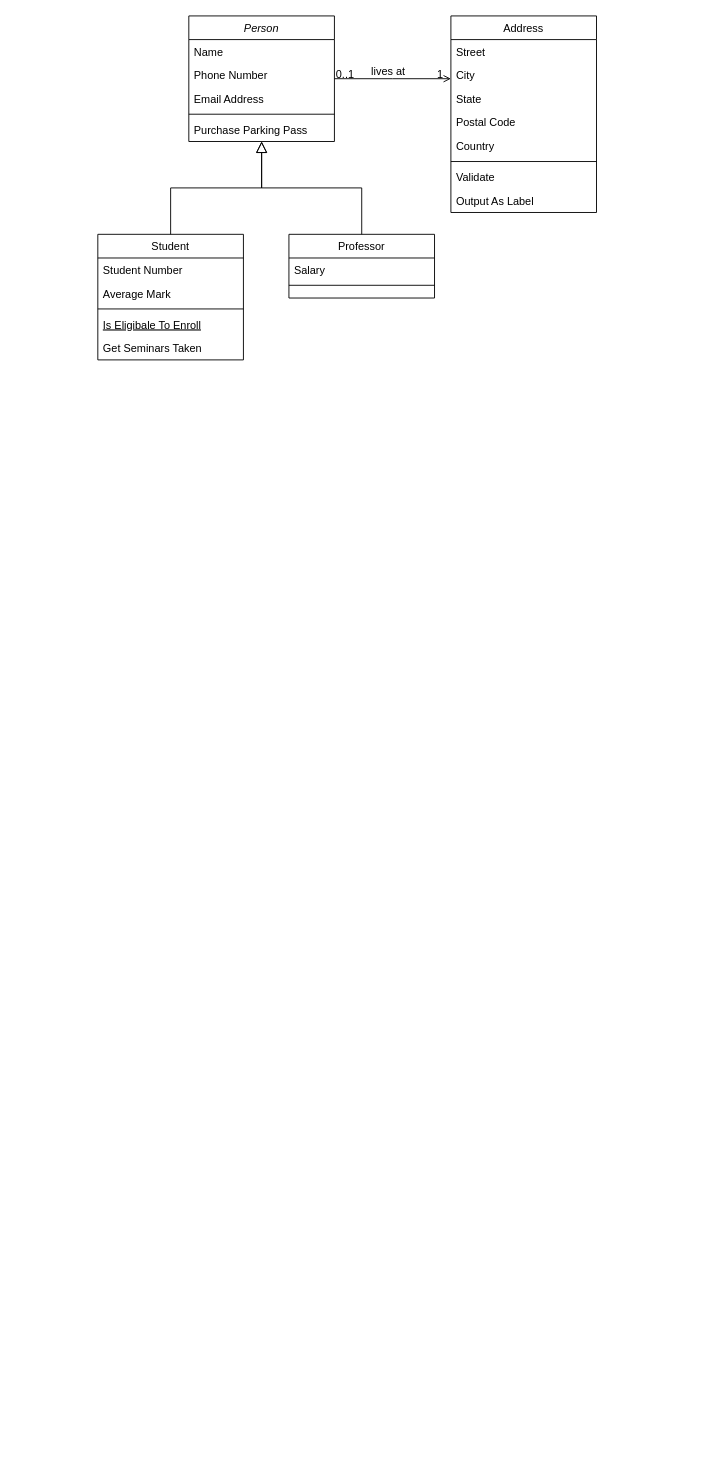
This is Untitled Diagram.drawio from itsPeetah/polimi-ing-sw-2021-Monea-Kercini-Moroni, a draw.io file, before an edit. Source tidied: cells renumbered, new cells numbered last; positions are measured from the earlier drawing's top-left corner, leaving out a move shared by most shapes. Both pictures are drawn from the tidied source at 91%, with x=0, y=0 at pixel (97, 15).
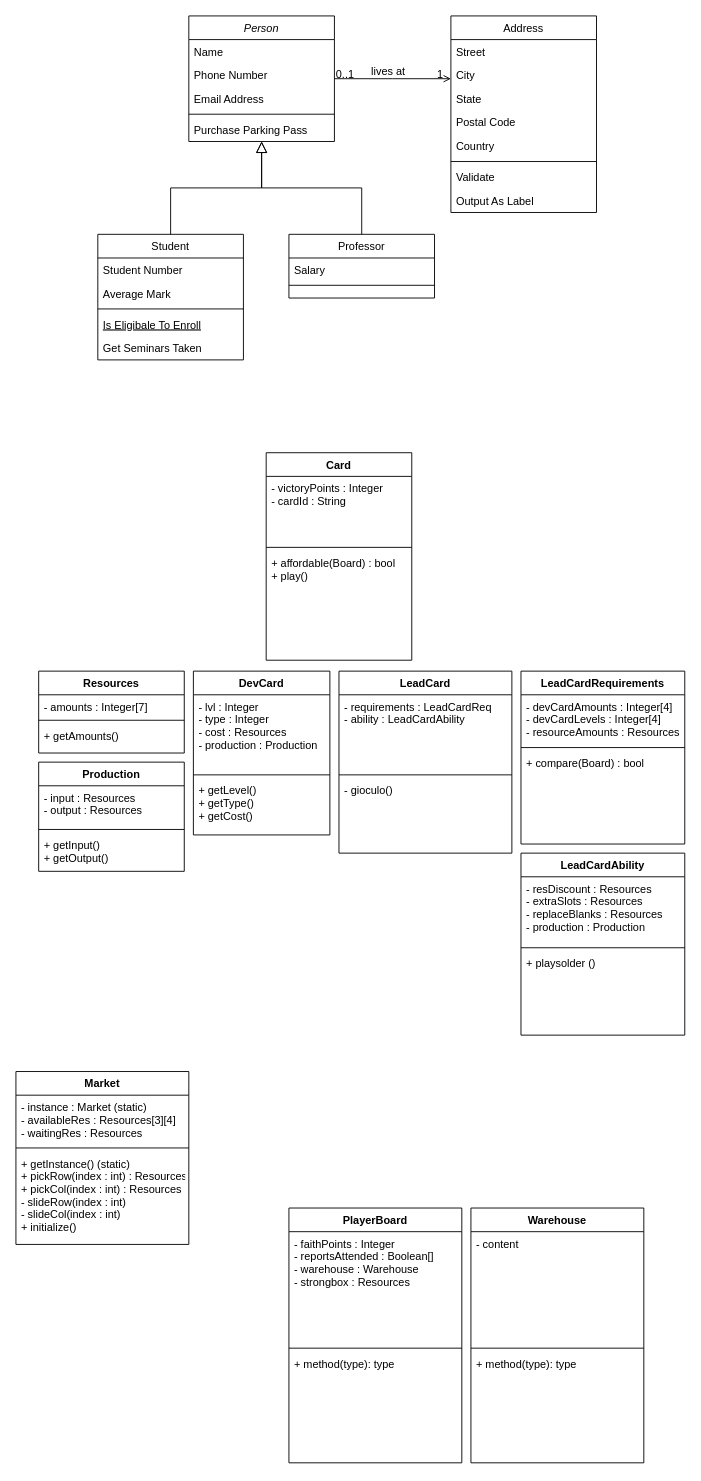
Above is the later version.

The edit, as a diff of the source:
```diff
@@
+    <mxCell id="32" value="Card" style="swimlane;fontStyle=1;align=center;verticalAlign=top;horizontal=1;startSize=26;" parent="1" vertex="1">
+      <mxGeometry x="185" y="480" width="160" height="228" as="geometry" />
+    </mxCell>
+    <mxCell id="33" value="- victoryPoints : Integer&#10;- cardId : String" style="text;strokeColor=none;fillColor=none;align=left;verticalAlign=top;spacingLeft=4;spacingRight=4;overflow=hidden;" parent="32" vertex="1">
+      <mxGeometry y="26" width="160" height="74" as="geometry" />
+    </mxCell>
+    <mxCell id="34" style="line;strokeWidth=1;fillColor=none;align=left;verticalAlign=middle;spacingTop=-1;spacingLeft=3;spacingRight=3;labelPosition=right;" parent="32" vertex="1">
+      <mxGeometry y="100" width="160" height="8" as="geometry" />
+    </mxCell>
+    <mxCell id="35" value="+ affordable(Board) : bool&#10;+ play()" style="text;strokeColor=none;fillColor=none;align=left;verticalAlign=top;spacingLeft=4;spacingRight=4;overflow=hidden;" parent="32" vertex="1">
+      <mxGeometry y="108" width="160" height="120" as="geometry" />
+    </mxCell>
+    <mxCell id="36" value="DevCard" style="swimlane;fontStyle=1;align=center;verticalAlign=top;horizontal=1;startSize=26;" parent="1" vertex="1">
+      <mxGeometry x="105" y="720" width="150" height="180" as="geometry" />
+    </mxCell>
+    <mxCell id="37" value="- lvl : Integer&#10;- type : Integer&#10;- cost : Resources&#10;- production : Production&#10;" style="text;strokeColor=none;fillColor=none;align=left;verticalAlign=top;spacingLeft=4;spacingRight=4;overflow=hidden;" parent="36" vertex="1">
+      <mxGeometry y="26" width="150" height="84" as="geometry" />
+    </mxCell>
+    <mxCell id="38" style="line;strokeWidth=1;fillColor=none;align=left;verticalAlign=middle;spacingTop=-1;spacingLeft=3;spacingRight=3;labelPosition=right;" parent="36" vertex="1">
+      <mxGeometry y="110" width="150" height="8" as="geometry" />
+    </mxCell>
+    <mxCell id="39" value="+ getLevel()&#10;+ getType()&#10;+ getCost()&#10;" style="text;strokeColor=none;fillColor=none;align=left;verticalAlign=top;spacingLeft=4;spacingRight=4;overflow=hidden;" parent="36" vertex="1">
+      <mxGeometry y="118" width="150" height="62" as="geometry" />
+    </mxCell>
+    <mxCell id="40" value="Resources" style="swimlane;fontStyle=1;align=center;verticalAlign=top;horizontal=1;startSize=26;" parent="1" vertex="1">
+      <mxGeometry x="-65" y="720" width="160" height="90" as="geometry" />
+    </mxCell>
+    <mxCell id="41" value="- amounts : Integer[7]" style="text;strokeColor=none;fillColor=none;align=left;verticalAlign=top;spacingLeft=4;spacingRight=4;overflow=hidden;" parent="40" vertex="1">
+      <mxGeometry y="26" width="160" height="24" as="geometry" />
+    </mxCell>
+    <mxCell id="42" style="line;strokeWidth=1;fillColor=none;align=left;verticalAlign=middle;spacingTop=-1;spacingLeft=3;spacingRight=3;labelPosition=right;" parent="40" vertex="1">
+      <mxGeometry y="50" width="160" height="8" as="geometry" />
+    </mxCell>
+    <mxCell id="43" value="+ getAmounts()" style="text;strokeColor=none;fillColor=none;align=left;verticalAlign=top;spacingLeft=4;spacingRight=4;overflow=hidden;" parent="40" vertex="1">
+      <mxGeometry y="58" width="160" height="32" as="geometry" />
+    </mxCell>
+    <mxCell id="44" value="LeadCardRequirements" style="swimlane;fontStyle=1;align=center;verticalAlign=top;horizontal=1;startSize=26;" parent="1" vertex="1">
+      <mxGeometry x="465" y="720" width="180" height="190" as="geometry" />
+    </mxCell>
+    <mxCell id="45" value="- devCardAmounts : Integer[4]&#10;- devCardLevels : Integer[4]&#10;- resourceAmounts : Resources" style="text;strokeColor=none;fillColor=none;align=left;verticalAlign=top;spacingLeft=4;spacingRight=4;overflow=hidden;" parent="44" vertex="1">
+      <mxGeometry y="26" width="180" height="54" as="geometry" />
+    </mxCell>
+    <mxCell id="46" style="line;strokeWidth=1;fillColor=none;align=left;verticalAlign=middle;spacingTop=-1;spacingLeft=3;spacingRight=3;labelPosition=right;" parent="44" vertex="1">
+      <mxGeometry y="80" width="180" height="8" as="geometry" />
+    </mxCell>
+    <mxCell id="47" value="+ compare(Board) : bool" style="text;strokeColor=none;fillColor=none;align=left;verticalAlign=top;spacingLeft=4;spacingRight=4;overflow=hidden;" parent="44" vertex="1">
+      <mxGeometry y="88" width="180" height="102" as="geometry" />
+    </mxCell>
+    <mxCell id="48" value="LeadCard" style="swimlane;fontStyle=1;align=center;verticalAlign=top;horizontal=1;startSize=26;" parent="1" vertex="1">
+      <mxGeometry x="265" y="720" width="190" height="200" as="geometry" />
+    </mxCell>
+    <mxCell id="49" value="- requirements : LeadCardReq&#10;- ability : LeadCardAbility" style="text;strokeColor=none;fillColor=none;align=left;verticalAlign=top;spacingLeft=4;spacingRight=4;overflow=hidden;" parent="48" vertex="1">
+      <mxGeometry y="26" width="190" height="84" as="geometry" />
+    </mxCell>
+    <mxCell id="50" style="line;strokeWidth=1;fillColor=none;align=left;verticalAlign=middle;spacingTop=-1;spacingLeft=3;spacingRight=3;labelPosition=right;" parent="48" vertex="1">
+      <mxGeometry y="110" width="190" height="8" as="geometry" />
+    </mxCell>
+    <mxCell id="51" value="- gioculo()" style="text;strokeColor=none;fillColor=none;align=left;verticalAlign=top;spacingLeft=4;spacingRight=4;overflow=hidden;" parent="48" vertex="1">
+      <mxGeometry y="118" width="190" height="82" as="geometry" />
+    </mxCell>
+    <mxCell id="52" value="LeadCardAbility" style="swimlane;fontStyle=1;align=center;verticalAlign=top;horizontal=1;startSize=26;" parent="1" vertex="1">
+      <mxGeometry x="465" y="920" width="180" height="200" as="geometry" />
+    </mxCell>
+    <mxCell id="53" value="- resDiscount : Resources&#10;- extraSlots : Resources&#10;- replaceBlanks : Resources&#10;- production : Production" style="text;strokeColor=none;fillColor=none;align=left;verticalAlign=top;spacingLeft=4;spacingRight=4;overflow=hidden;" parent="52" vertex="1">
+      <mxGeometry y="26" width="180" height="74" as="geometry" />
+    </mxCell>
+    <mxCell id="54" style="line;strokeWidth=1;fillColor=none;align=left;verticalAlign=middle;spacingTop=-1;spacingLeft=3;spacingRight=3;labelPosition=right;" parent="52" vertex="1">
+      <mxGeometry y="100" width="180" height="8" as="geometry" />
+    </mxCell>
+    <mxCell id="55" value="+ playsolder ()" style="text;strokeColor=none;fillColor=none;align=left;verticalAlign=top;spacingLeft=4;spacingRight=4;overflow=hidden;" parent="52" vertex="1">
+      <mxGeometry y="108" width="180" height="92" as="geometry" />
+    </mxCell>
+    <mxCell id="56" value="Production" style="swimlane;fontStyle=1;align=center;verticalAlign=top;horizontal=1;startSize=26;" parent="1" vertex="1">
+      <mxGeometry x="-65" y="820" width="160" height="120" as="geometry" />
+    </mxCell>
+    <mxCell id="57" value="- input : Resources&#10;- output : Resources" style="text;strokeColor=none;fillColor=none;align=left;verticalAlign=top;spacingLeft=4;spacingRight=4;overflow=hidden;" parent="56" vertex="1">
+      <mxGeometry y="26" width="160" height="44" as="geometry" />
+    </mxCell>
+    <mxCell id="58" style="line;strokeWidth=1;fillColor=none;align=left;verticalAlign=middle;spacingTop=-1;spacingLeft=3;spacingRight=3;labelPosition=right;" parent="56" vertex="1">
+      <mxGeometry y="70" width="160" height="8" as="geometry" />
+    </mxCell>
+    <mxCell id="59" value="+ getInput()&#10;+ getOutput()" style="text;strokeColor=none;fillColor=none;align=left;verticalAlign=top;spacingLeft=4;spacingRight=4;overflow=hidden;" parent="56" vertex="1">
+      <mxGeometry y="78" width="160" height="42" as="geometry" />
+    </mxCell>
+    <mxCell id="60" value="Market" style="swimlane;fontStyle=1;align=center;verticalAlign=top;horizontal=1;startSize=26;" parent="1" vertex="1">
+      <mxGeometry x="-90" y="1160" width="190" height="190" as="geometry" />
+    </mxCell>
+    <mxCell id="61" value="- instance : Market (static)&#10;- availableRes : Resources[3][4]&#10;- waitingRes : Resources" style="text;strokeColor=none;fillColor=none;align=left;verticalAlign=top;spacingLeft=4;spacingRight=4;overflow=hidden;" parent="60" vertex="1">
+      <mxGeometry y="26" width="190" height="54" as="geometry" />
+    </mxCell>
+    <mxCell id="62" style="line;strokeWidth=1;fillColor=none;align=left;verticalAlign=middle;spacingTop=-1;spacingLeft=3;spacingRight=3;labelPosition=right;" parent="60" vertex="1">
+      <mxGeometry y="80" width="190" height="8" as="geometry" />
+    </mxCell>
+    <mxCell id="63" value="+ getInstance() (static)&#10;+ pickRow(index : int) : Resources&#10;+ pickCol(index : int) : Resources&#10;- slideRow(index : int)&#10;- slideCol(index : int)&#10;+ initialize()" style="text;strokeColor=none;fillColor=none;align=left;verticalAlign=top;spacingLeft=4;spacingRight=4;overflow=hidden;" parent="60" vertex="1">
+      <mxGeometry y="88" width="190" height="102" as="geometry" />
+    </mxCell>
+    <mxCell id="64" value="PlayerBoard" style="swimlane;fontStyle=1;align=center;verticalAlign=top;horizontal=1;startSize=26;" parent="1" vertex="1">
+      <mxGeometry x="210" y="1310" width="190" height="280" as="geometry" />
+    </mxCell>
+    <mxCell id="65" value="- faithPoints : Integer&#10;- reportsAttended : Boolean[]&#10;- warehouse : Warehouse&#10;- strongbox : Resources" style="text;strokeColor=none;fillColor=none;align=left;verticalAlign=top;spacingLeft=4;spacingRight=4;overflow=hidden;" parent="64" vertex="1">
+      <mxGeometry y="26" width="190" height="124" as="geometry" />
+    </mxCell>
+    <mxCell id="66" style="line;strokeWidth=1;fillColor=none;align=left;verticalAlign=middle;spacingTop=-1;spacingLeft=3;spacingRight=3;labelPosition=right;" parent="64" vertex="1">
+      <mxGeometry y="150" width="190" height="8" as="geometry" />
+    </mxCell>
+    <mxCell id="67" value="+ method(type): type" style="text;strokeColor=none;fillColor=none;align=left;verticalAlign=top;spacingLeft=4;spacingRight=4;overflow=hidden;" parent="64" vertex="1">
+      <mxGeometry y="158" width="190" height="122" as="geometry" />
+    </mxCell>
+    <mxCell id="68" value="Warehouse" style="swimlane;fontStyle=1;align=center;verticalAlign=top;horizontal=1;startSize=26;" parent="1" vertex="1">
+      <mxGeometry x="410" y="1310" width="190" height="280" as="geometry" />
+    </mxCell>
+    <mxCell id="69" value="- content" style="text;strokeColor=none;fillColor=none;align=left;verticalAlign=top;spacingLeft=4;spacingRight=4;overflow=hidden;" parent="68" vertex="1">
+      <mxGeometry y="26" width="190" height="124" as="geometry" />
+    </mxCell>
+    <mxCell id="70" style="line;strokeWidth=1;fillColor=none;align=left;verticalAlign=middle;spacingTop=-1;spacingLeft=3;spacingRight=3;labelPosition=right;" parent="68" vertex="1">
+      <mxGeometry y="150" width="190" height="8" as="geometry" />
+    </mxCell>
+    <mxCell id="71" value="+ method(type): type" style="text;strokeColor=none;fillColor=none;align=left;verticalAlign=top;spacingLeft=4;spacingRight=4;overflow=hidden;" parent="68" vertex="1">
+      <mxGeometry y="158" width="190" height="122" as="geometry" />
+    </mxCell>
```
